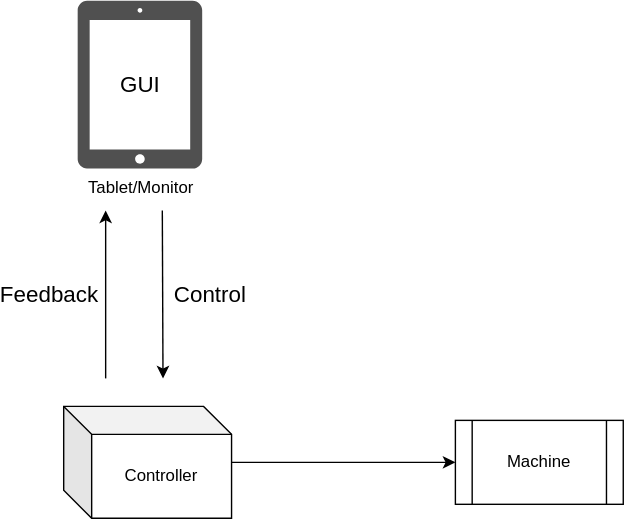
This is Ventus2.0_Design_v1.0nvHuy.svg from Huyhust13/Ventus2.0, a draw.io export, as it was before one commit. Source tidied: cells renumbered, new cells last; positions are measured from the earlier drawing's top-left corner, leaving out a move shared by most shapes. Source of this version:
```xml
<mxGraphModel>
  <root>
    <mxCell id="0" />
    <mxCell id="1" parent="0" />
    <mxCell id="2" style="edgeStyle=orthogonalEdgeStyle;rounded=0;jettySize=auto;html=1;entryX=0;entryY=0.5;entryDx=0;entryDy=0;" parent="1" edge="1" source="3" target="4">
      <mxGeometry relative="1" as="geometry" />
    </mxCell>
    <mxCell id="3" value="Controller" style="shape=cube;whiteSpace=wrap;html=1;boundedLbl=1;backgroundOutline=1;darkOpacity=0.05;darkOpacity2=0.1;" parent="1" vertex="1">
      <mxGeometry x="30" y="290" width="120" height="80" as="geometry" />
    </mxCell>
    <mxCell id="4" value="Machine" style="shape=process;whiteSpace=wrap;html=1;backgroundOutline=1;" parent="1" vertex="1">
      <mxGeometry x="310" y="300" width="120" height="60" as="geometry" />
    </mxCell>
    <mxCell id="5" value="Tablet/Monitor" style="shadow=0;dashed=0;html=1;strokeColor=none;fillColor=#505050;labelPosition=center;verticalLabelPosition=bottom;verticalAlign=top;align=center;shape=mxgraph.office.devices.tablet_ipad;" parent="1" vertex="1">
      <mxGeometry x="40" width="89" height="120" as="geometry" />
    </mxCell>
    <mxCell id="6" value="GUI" style="text;html=1;strokeColor=none;fillColor=none;align=center;verticalAlign=middle;whiteSpace=wrap;rounded=0;fontSize=16;" parent="1" vertex="1">
      <mxGeometry x="54.5" y="50" width="60" height="20" as="geometry" />
    </mxCell>
    <mxCell id="7" style="endArrow=classic;html=1;fontSize=16;" parent="1" edge="1">
      <mxGeometry relative="1" as="geometry">
        <mxPoint x="60" y="270" as="sourcePoint" />
        <mxPoint x="60" y="150" as="targetPoint" />
      </mxGeometry>
    </mxCell>
    <mxCell id="8" style="endArrow=none;html=1;fontSize=16;startArrow=classic;startFill=1;endFill=0;" parent="1" edge="1">
      <mxGeometry relative="1" as="geometry">
        <mxPoint x="101" y="270" as="sourcePoint" />
        <mxPoint x="100.5" y="150" as="targetPoint" />
      </mxGeometry>
    </mxCell>
    <mxCell id="9" value="Control" style="text;html=1;strokeColor=none;fillColor=none;align=center;verticalAlign=middle;whiteSpace=wrap;rounded=0;fontSize=16;" parent="1" vertex="1">
      <mxGeometry x="115" y="200" width="40" height="20" as="geometry" />
    </mxCell>
    <mxCell id="10" value="Feedback" style="text;html=1;strokeColor=none;fillColor=none;align=center;verticalAlign=middle;whiteSpace=wrap;rounded=0;fontSize=16;" parent="1" vertex="1">
      <mxGeometry y="200" width="40" height="20" as="geometry" />
    </mxCell>
  </root>
</mxGraphModel>
```
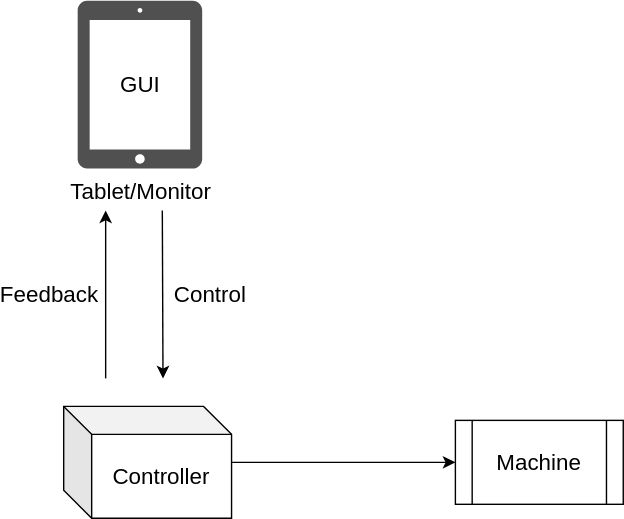
Above is the later version.

What changed in the source:
```diff
@@ -5,13 +5,13 @@
     <mxCell id="2" style="edgeStyle=orthogonalEdgeStyle;rounded=0;jettySize=auto;html=1;entryX=0;entryY=0.5;entryDx=0;entryDy=0;" parent="1" edge="1" source="3" target="4">
       <mxGeometry relative="1" as="geometry" />
     </mxCell>
-    <mxCell id="3" value="Controller" style="shape=cube;whiteSpace=wrap;html=1;boundedLbl=1;backgroundOutline=1;darkOpacity=0.05;darkOpacity2=0.1;" parent="1" vertex="1">
+    <mxCell id="3" value="Controller" style="shape=cube;whiteSpace=wrap;html=1;boundedLbl=1;backgroundOutline=1;darkOpacity=0.05;darkOpacity2=0.1;fontSize=16;" parent="1" vertex="1">
       <mxGeometry x="30" y="290" width="120" height="80" as="geometry" />
     </mxCell>
-    <mxCell id="4" value="Machine" style="shape=process;whiteSpace=wrap;html=1;backgroundOutline=1;" parent="1" vertex="1">
+    <mxCell id="4" value="Machine" style="shape=process;whiteSpace=wrap;html=1;backgroundOutline=1;fontSize=16;" parent="1" vertex="1">
       <mxGeometry x="310" y="300" width="120" height="60" as="geometry" />
     </mxCell>
-    <mxCell id="5" value="Tablet/Monitor" style="shadow=0;dashed=0;html=1;strokeColor=none;fillColor=#505050;labelPosition=center;verticalLabelPosition=bottom;verticalAlign=top;align=center;shape=mxgraph.office.devices.tablet_ipad;" parent="1" vertex="1">
+    <mxCell id="5" value="Tablet/Monitor" style="shadow=0;dashed=0;html=1;strokeColor=none;fillColor=#505050;labelPosition=center;verticalLabelPosition=bottom;verticalAlign=top;align=center;shape=mxgraph.office.devices.tablet_ipad;fontSize=16;" parent="1" vertex="1">
       <mxGeometry x="40" width="89" height="120" as="geometry" />
     </mxCell>
     <mxCell id="6" value="GUI" style="text;html=1;strokeColor=none;fillColor=none;align=center;verticalAlign=middle;whiteSpace=wrap;rounded=0;fontSize=16;" parent="1" vertex="1">
```
